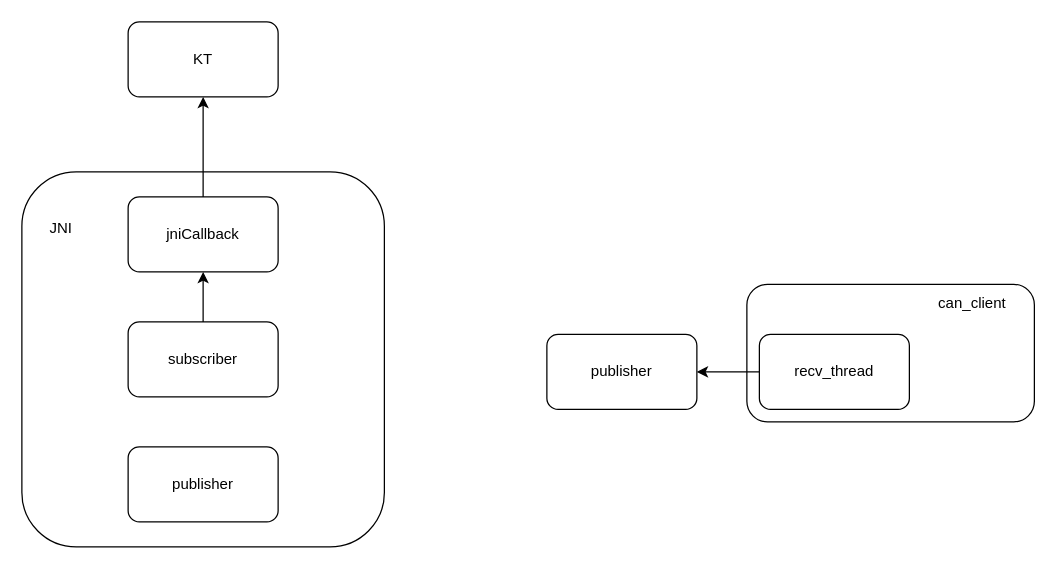
Above: page "CAN在jni和nvq之间的通信关系" (10 of 10) of nvq hardware学习.drawio in Jev0987/drawioFile (draw.io), before the change. Source tidied: cells renumbered, new cells numbered last; positions are measured from the earlier drawing's top-left corner, leaving out a move shared by most shapes. Both pictures are drawn from the tidied source at 125%, with x=0, y=0 at pixel (21, 21).
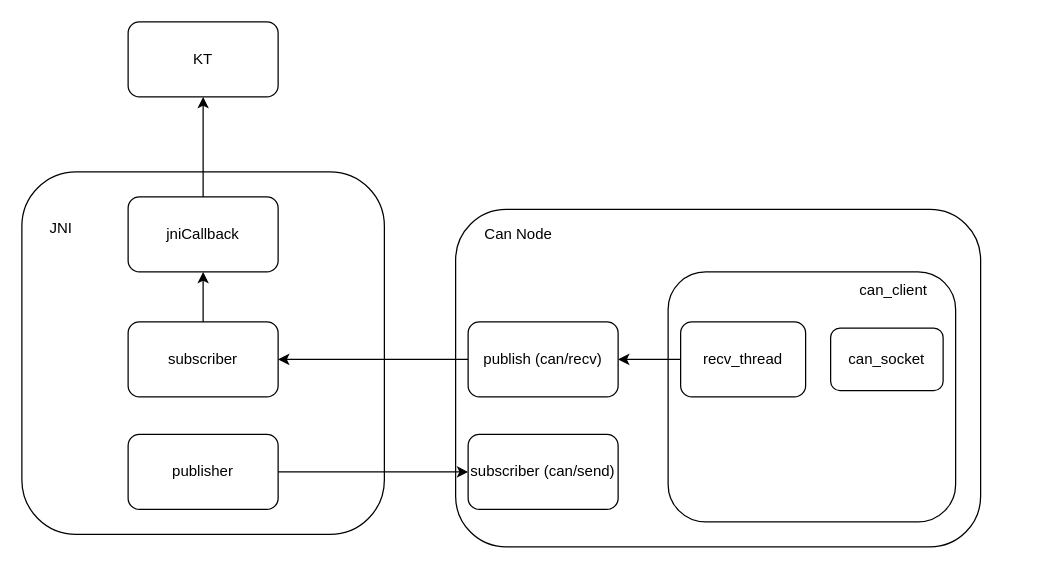
After the change.

Unchanged cells that the change refers to:
```xml
<mxCell id="5" value="subscriber" style="rounded=1;whiteSpace=wrap;html=1;" parent="1" vertex="1">
  <mxGeometry x="85" y="240" width="120" height="60" as="geometry" />
</mxCell>
```

The edit, as a diff of the source:
```diff
@@
+    <mxCell id="15" style="rounded=1;whiteSpace=wrap;html=1;" parent="1" vertex="1">
+      <mxGeometry x="347" y="150" width="420" height="270" as="geometry" />
+    </mxCell>
     <mxCell id="2" style="rounded=1;whiteSpace=wrap;html=1;" parent="1" vertex="1">
-      <mxGeometry x="580" y="210" width="230" height="110" as="geometry" />
+      <mxGeometry x="517" y="200" width="230" height="200" as="geometry" />
     </mxCell>
     <mxCell id="3" style="rounded=1;whiteSpace=wrap;html=1;" parent="1" vertex="1">
-      <mxGeometry y="120" width="290" height="300" as="geometry" />
+      <mxGeometry y="120" width="290" height="290" as="geometry" />
     </mxCell>
@@
+    <mxCell id="16" style="edgeStyle=orthogonalEdgeStyle;rounded=0;jettySize=auto;html=1;exitX=1;exitY=0.5;exitDx=0;exitDy=0;entryX=0;entryY=0.5;entryDx=0;entryDy=0;" parent="1" edge="1" source="6" target="20">
+      <mxGeometry relative="1" as="geometry" />
+    </mxCell>
     <mxCell id="6" value="publisher" style="rounded=1;whiteSpace=wrap;html=1;" parent="1" vertex="1">
-      <mxGeometry x="85" y="340" width="120" height="60" as="geometry" />
+      <mxGeometry x="85" y="330" width="120" height="60" as="geometry" />
     </mxCell>
@@
+    <mxCell id="17" style="edgeStyle=orthogonalEdgeStyle;rounded=0;jettySize=auto;html=1;exitX=0;exitY=0.5;exitDx=0;exitDy=0;entryX=1;entryY=0.5;entryDx=0;entryDy=0;" parent="1" edge="1" source="11" target="5">
+      <mxGeometry relative="1" as="geometry" />
+    </mxCell>
-    <mxCell id="11" value="publisher" style="rounded=1;whiteSpace=wrap;html=1;" parent="1" vertex="1">
-      <mxGeometry x="420" y="250" width="120" height="60" as="geometry" />
+    <mxCell id="11" value="publish (can/recv)" style="rounded=1;whiteSpace=wrap;html=1;" parent="1" vertex="1">
+      <mxGeometry x="357" y="240" width="120" height="60" as="geometry" />
     </mxCell>
@@
     <mxCell id="13" value="recv_thread" style="rounded=1;whiteSpace=wrap;html=1;" parent="1" vertex="1">
-      <mxGeometry x="590" y="250" width="120" height="60" as="geometry" />
+      <mxGeometry x="527" y="240" width="100" height="60" as="geometry" />
     </mxCell>
     <mxCell id="14" value="can_client" style="text;html=1;align=center;verticalAlign=middle;strokeColor=none;fillColor=none;" parent="1" vertex="1">
-      <mxGeometry x="720" y="210" width="80" height="30" as="geometry" />
+      <mxGeometry x="657" y="200" width="80" height="30" as="geometry" />
     </mxCell>
+    <mxCell id="18" value="Can Node" style="text;html=1;align=center;verticalAlign=middle;strokeColor=none;fillColor=none;" parent="1" vertex="1">
+      <mxGeometry x="357" y="155" width="80" height="30" as="geometry" />
+    </mxCell>
+    <mxCell id="19" value="can_socket" style="rounded=1;whiteSpace=wrap;html=1;" parent="1" vertex="1">
+      <mxGeometry x="647" y="245" width="90" height="50" as="geometry" />
+    </mxCell>
+    <mxCell id="20" value="subscriber (can/send)" style="rounded=1;whiteSpace=wrap;html=1;" parent="1" vertex="1">
+      <mxGeometry x="357" y="330" width="120" height="60" as="geometry" />
+    </mxCell>
```
